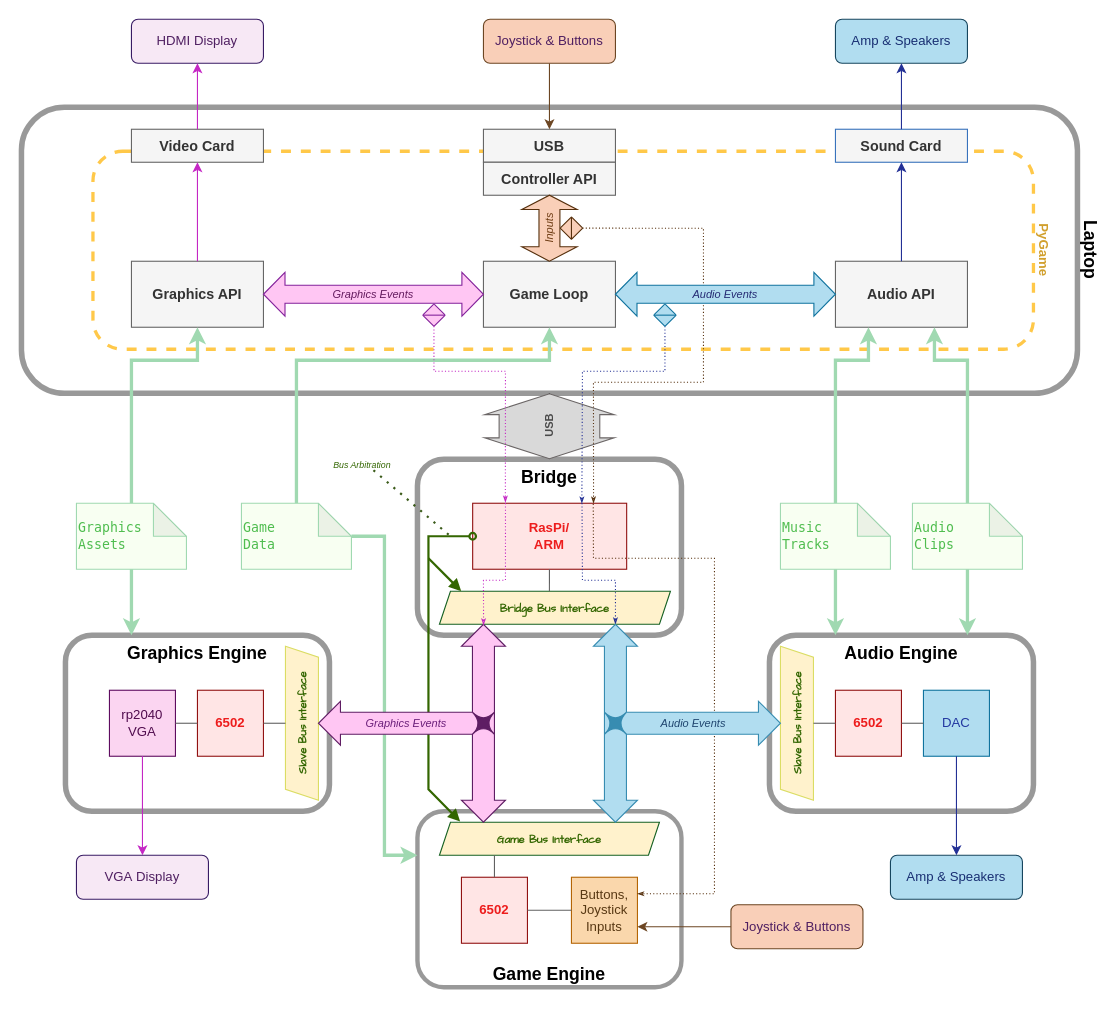
Before: page "v2" (3 of 4) of doc/MSA Arcade Game.drawio in ewstark/8-bit-Gaming, a draw.io diagram. Source tidied: cells renumbered, new cells numbered last; positions are measured from the earlier drawing's top-left corner, leaving out a move shared by most shapes. Both pictures are drawn from the tidied source at 110%, with x=0, y=0 at pixel (21, 19).
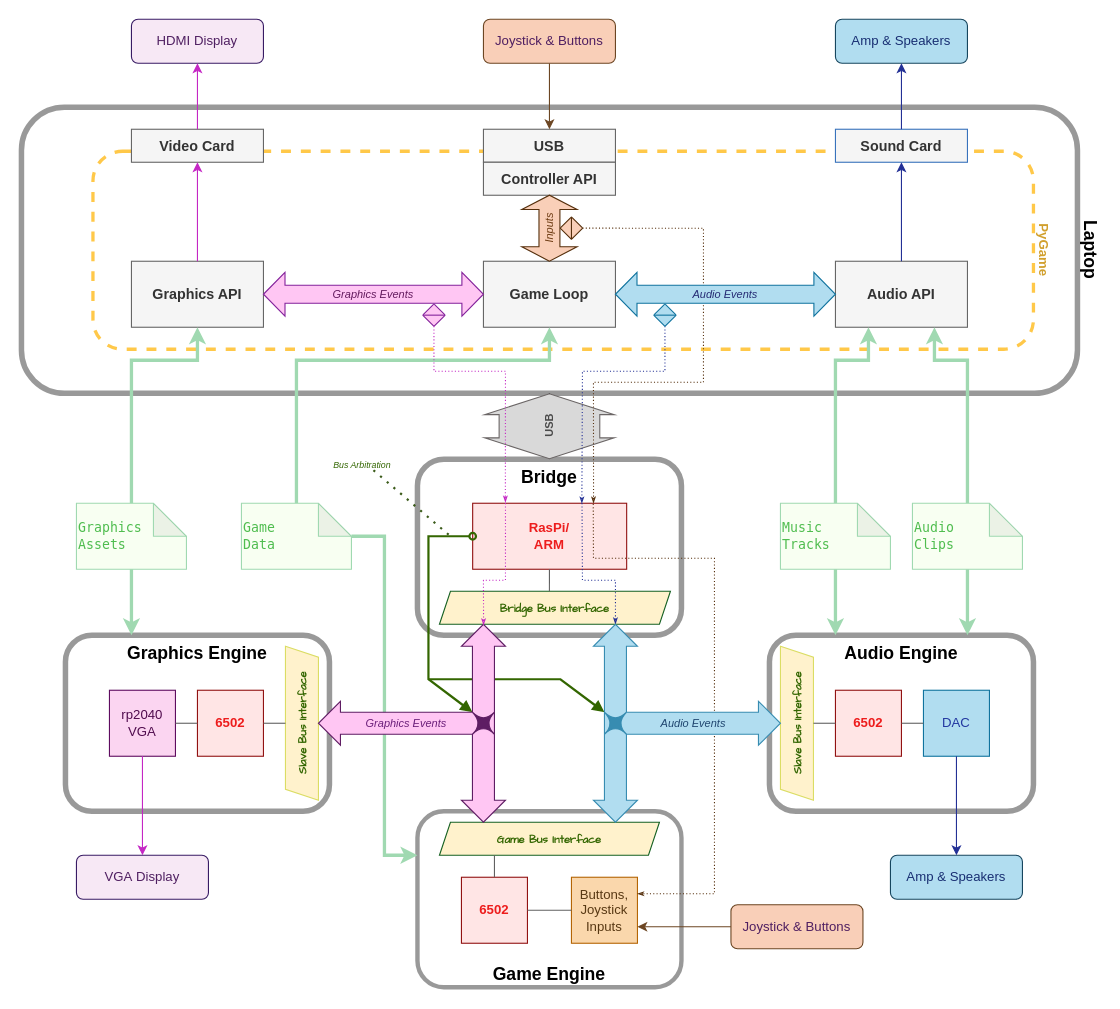
Above is the later version.

The change refers to these unchanged cells:
```xml
<mxCell id="13" value="RasPi/&lt;div&gt;ARM&lt;/div&gt;" style="rounded=0;whiteSpace=wrap;html=1;fillColor=light-dark(#ffe5e5, #512d2b);strokeColor=light-dark(#911212, #d7817e);fontColor=light-dark(#ed1d1d, #EDEDED);fontStyle=1;" parent="1" vertex="1">
  <mxGeometry x="410.2" y="440" width="140" height="60" as="geometry" />
</mxCell>
<mxCell id="37" value="Game Bus Interface" style="shape=parallelogram;perimeter=parallelogramPerimeter;whiteSpace=wrap;html=1;fixedSize=1;size=10;fontFamily=Comic Sans MS;fillColor=#fff2cc;strokeColor=light-dark(#156022, #515313);fontStyle=1;fontColor=#336600;fontSize=10;" parent="1" vertex="1">
  <mxGeometry x="380" y="730" width="200" height="30" as="geometry" />
</mxCell>
<mxCell id="38" value="Bridge&lt;span style=&quot;background-color: transparent;&quot;&gt;&amp;nbsp;Bus Interface&lt;/span&gt;" style="shape=parallelogram;perimeter=parallelogramPerimeter;whiteSpace=wrap;html=1;fixedSize=1;size=10;fontFamily=Comic Sans MS;fillColor=#fff2cc;strokeColor=light-dark(#156022, #515313);fontStyle=1;fontColor=#336600;fontSize=10;" parent="1" vertex="1">
  <mxGeometry x="380" y="520" width="210" height="30" as="geometry" />
</mxCell>
```

The edit, as a diff of the source:
```diff
@@
-    <mxCell id="42" style="endArrow=oval;startArrow=block;html=1;rounded=0;entryX=0;entryY=0.5;entryDx=0;entryDy=0;textDirection=vertical-lr;verticalAlign=middle;align=center;fontColor=light-dark(#336600, #ededed);strokeColor=light-dark(#336600, #ededed);fontStyle=2;fontFamily=Comic Sans MS;exitX=0.094;exitY=-0.022;exitDx=0;exitDy=0;strokeWidth=2;startFill=1;endFill=0;exitPerimeter=0;" parent="1" edge="1" source="37" target="13">
+    <mxCell id="42" style="endArrow=oval;startArrow=block;html=1;rounded=0;entryX=0;entryY=0.5;entryDx=0;entryDy=0;textDirection=vertical-lr;verticalAlign=middle;align=center;fontColor=light-dark(#336600, #ededed);strokeColor=light-dark(#336600, #ededed);fontStyle=2;fontFamily=Comic Sans MS;strokeWidth=2;startFill=1;endFill=0;" parent="1" edge="1" target="13">
       <mxGeometry relative="1" as="geometry">
+        <mxPoint x="410" y="630" as="sourcePoint" />
         <Array as="points">
-          <mxPoint x="370" y="700" />
+          <mxPoint x="370" y="600" />
           <mxPoint x="370" y="470" />
         </Array>
       </mxGeometry>
     </mxCell>
@@
-    <mxCell id="57" style="endArrow=block;html=1;rounded=0;entryX=0.094;entryY=-0.004;entryDx=0;entryDy=0;strokeColor=light-dark(#336600, #ededed);strokeWidth=2;endFill=1;entryPerimeter=0;" parent="1" edge="1" target="38">
+    <mxCell id="57" style="endArrow=block;html=1;rounded=0;strokeColor=light-dark(#336600, #ededed);strokeWidth=2;endFill=1;" parent="1" edge="1">
       <mxGeometry relative="1" as="geometry">
-        <mxPoint x="370" y="490" as="sourcePoint" />
+        <mxPoint x="370" y="600" as="sourcePoint" />
+        <mxPoint x="530" y="630" as="targetPoint" />
+        <Array as="points">
+          <mxPoint x="490" y="600" />
+        </Array>
       </mxGeometry>
     </mxCell>
```
